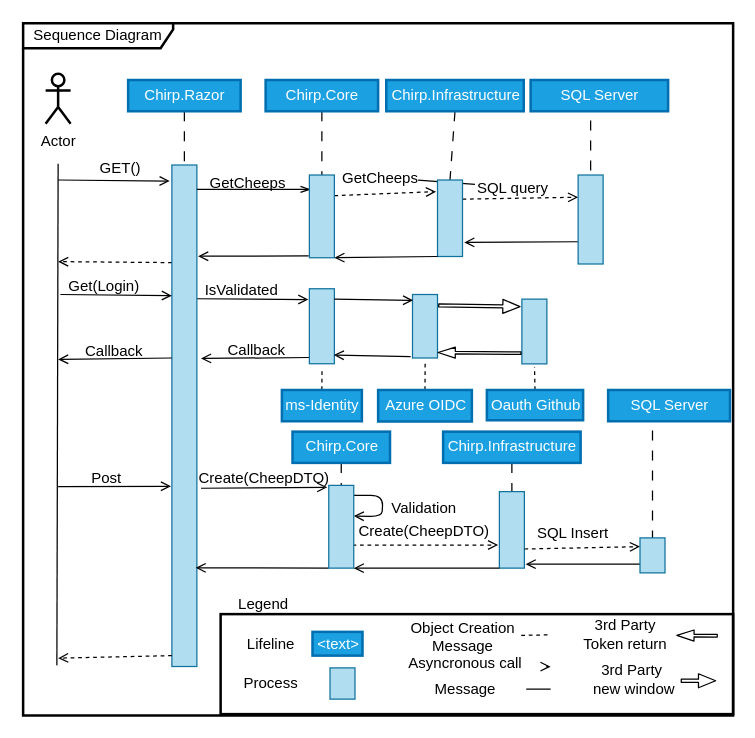
Earlier version of the draw.io diagram Docs/Images/SequenceDiagramAuthorized.drawio (ITU-BDSA23-GROUP4/Chirp). Source tidied: cells renumbered, new cells numbered last; positions are measured from the earlier drawing's top-left corner, leaving out a move shared by most shapes. Both pictures are drawn from the tidied source at 125%, with x=0, y=0 at pixel (22, 22).
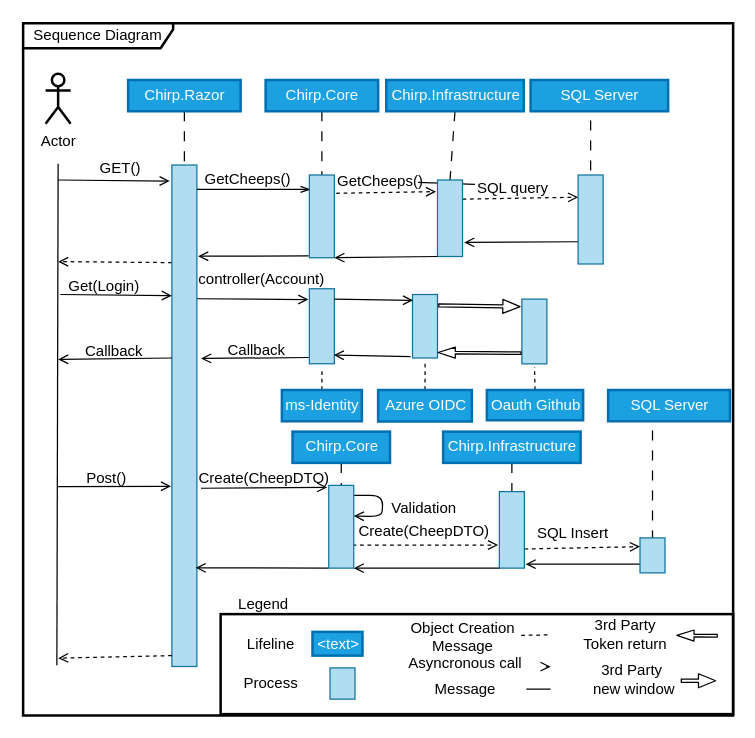
The same diagram, later.

The change refers to these unchanged cells:
```xml
<mxCell id="28" style="html=1;strokeColor=#10739e;strokeWidth=1;fillColor=#b1ddf0;" parent="1" vertex="1">
  <mxGeometry x="229" y="121.5" width="20" height="66.2" as="geometry" />
</mxCell>
<mxCell id="29" style="html=1;strokeColor=#10739e;strokeWidth=1;fillColor=#b1ddf0;" parent="1" vertex="1">
  <mxGeometry x="331.5" y="125.5" width="20" height="61.2" as="geometry" />
</mxCell>
```

The edit, as a diff of the source:
```diff
@@
-    <mxCell id="18" style="edgeStyle=none;html=1;exitX=1;exitY=0.25;exitDx=0;exitDy=0;strokeColor=#000000;fontColor=#000000;endArrow=open;endFill=0;dashed=1;entryX=-0.059;entryY=0.152;entryDx=0;entryDy=0;entryPerimeter=0;" parent="1" edge="1" source="28" target="29">
+    <mxCell id="18" style="edgeStyle=none;html=1;exitX=1.072;exitY=0.221;exitDx=0;exitDy=0;strokeColor=#000000;fontColor=#000000;endArrow=open;endFill=0;dashed=1;entryX=-0.059;entryY=0.152;entryDx=0;entryDy=0;entryPerimeter=0;exitPerimeter=0;" parent="1" edge="1" source="28" target="29">
       <mxGeometry relative="1" as="geometry" />
     </mxCell>
@@
-    <mxCell id="21" value="GetCheeps" style="text;html=1;strokeColor=none;fillColor=none;align=center;verticalAlign=middle;whiteSpace=wrap;rounded=0;strokeWidth=1;fontColor=#000000;" parent="1" vertex="1">
-      <mxGeometry x="256" y="113.5" width="60" height="20" as="geometry" />
+    <mxCell id="21" value="GetCheeps()" style="text;html=1;strokeColor=none;fillColor=none;align=center;verticalAlign=middle;whiteSpace=wrap;rounded=0;strokeWidth=1;fontColor=#000000;" parent="1" vertex="1">
+      <mxGeometry x="256" y="116.5" width="60" height="20" as="geometry" />
     </mxCell>
@@
-    <mxCell id="26" value="GetCheeps" style="text;html=1;strokeColor=none;fillColor=none;align=center;verticalAlign=middle;whiteSpace=wrap;rounded=0;strokeWidth=1;fontColor=#000000;" parent="1" vertex="1">
-      <mxGeometry x="150" y="117.5" width="60" height="20" as="geometry" />
+    <mxCell id="26" value="GetCheeps()" style="text;html=1;strokeColor=none;fillColor=none;align=center;verticalAlign=middle;whiteSpace=wrap;rounded=0;strokeWidth=1;fontColor=#000000;" parent="1" vertex="1">
+      <mxGeometry x="150" y="114.5" width="60" height="20" as="geometry" />
     </mxCell>
@@
-    <mxCell id="30" value="IsValidated" style="text;html=1;strokeColor=none;fillColor=none;align=center;verticalAlign=middle;whiteSpace=wrap;rounded=0;strokeWidth=1;fontColor=#000000;" parent="1" vertex="1">
-      <mxGeometry x="140" y="203.5" width="70" height="20" as="geometry" />
+    <mxCell id="30" value="&lt;span dir=&quot;ltr&quot; class=&quot;ui-provider buk bul bln bum bun buo bup buq bur bus but buu buv buw bux buy buz bva bvb bvc bvd bve bvf bvg bvh bvi bvj bvk bvl bvm bvn bvo bvp bvq bvr&quot;&gt;controller&lt;/span&gt;(Account)" style="text;html=1;strokeColor=none;fillColor=none;align=center;verticalAlign=middle;whiteSpace=wrap;rounded=0;strokeWidth=1;fontColor=#000000;" parent="1" vertex="1">
+      <mxGeometry x="156" y="194.5" width="70" height="20" as="geometry" />
     </mxCell>
@@
-    <mxCell id="60" value="Post" style="text;html=1;strokeColor=none;fillColor=none;align=center;verticalAlign=middle;whiteSpace=wrap;rounded=0;strokeWidth=1;fontColor=#000000;" parent="1" vertex="1">
+    <mxCell id="60" value="Post()" style="text;html=1;strokeColor=none;fillColor=none;align=center;verticalAlign=middle;whiteSpace=wrap;rounded=0;strokeWidth=1;fontColor=#000000;" parent="1" vertex="1">
       <mxGeometry x="37" y="353.8" width="60" height="20" as="geometry" />
     </mxCell>
```
